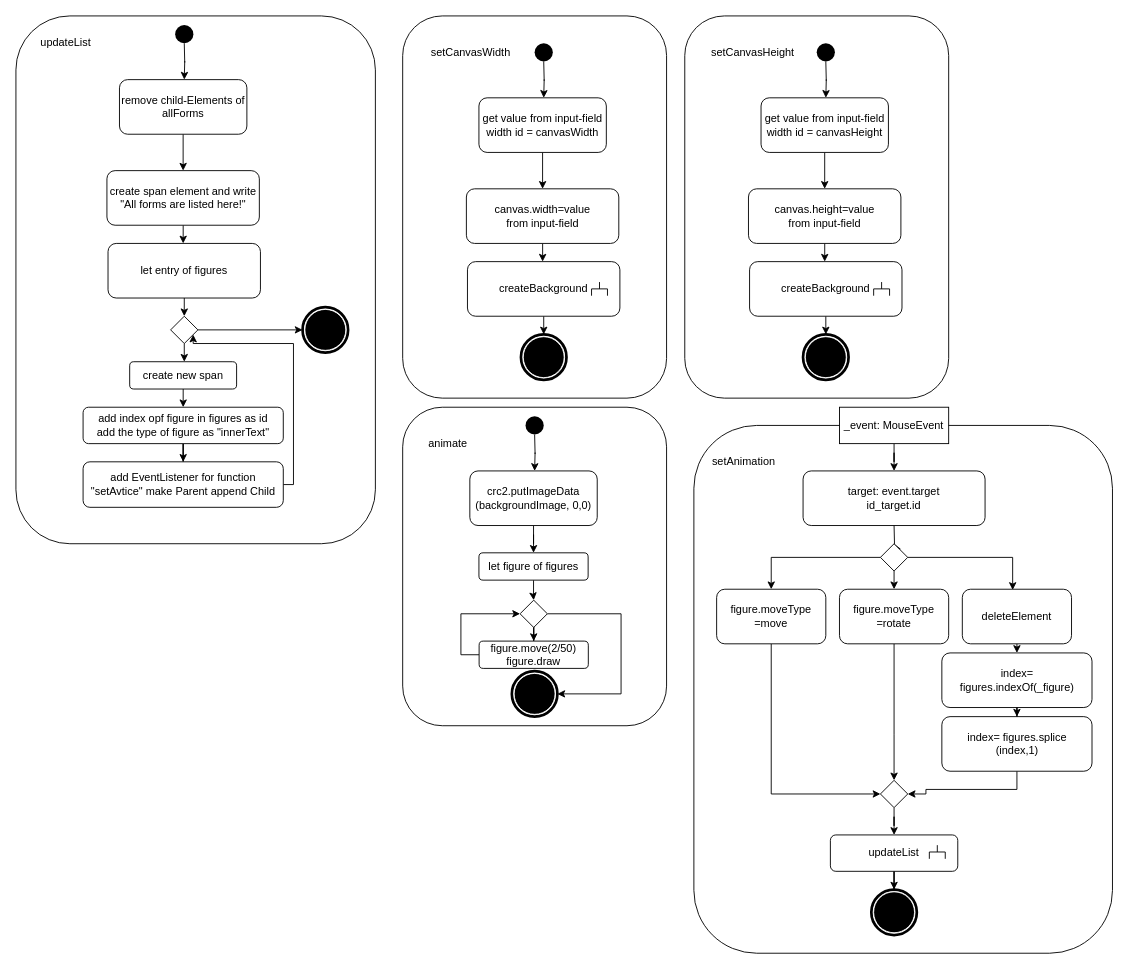
The draw.io diagram page "Page-3" (3 of 4) of Endabgabe/Diagramme/ActivityDiagramMain.drawio in Majoo44/EIA2, before the edit. Source tidied: cells renumbered, new cells numbered last; positions are measured from the earlier drawing's top-left corner, leaving out a move shared by most shapes. Both pictures are drawn from the tidied source at 91%, with x=0, y=0 at pixel (15, 15).
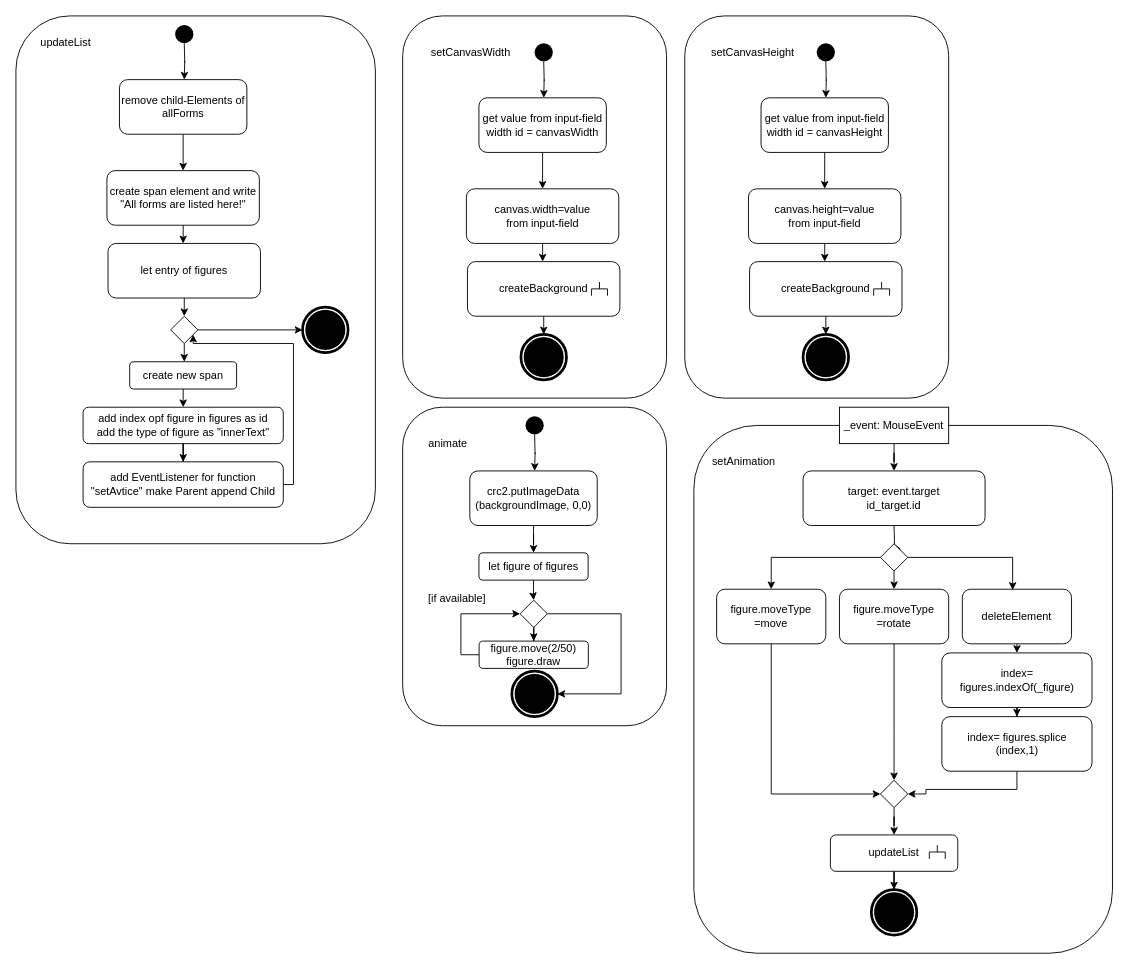
Above is the later version.

Diff of the diagram source:
```diff
@@
+    <mxCell id="86" value="[if available]" style="text;html=1;strokeColor=none;fillColor=none;align=center;verticalAlign=middle;whiteSpace=wrap;rounded=0;" parent="1" vertex="1">
+      <mxGeometry x="450" y="630" width="70" height="20" as="geometry" />
+    </mxCell>
```
